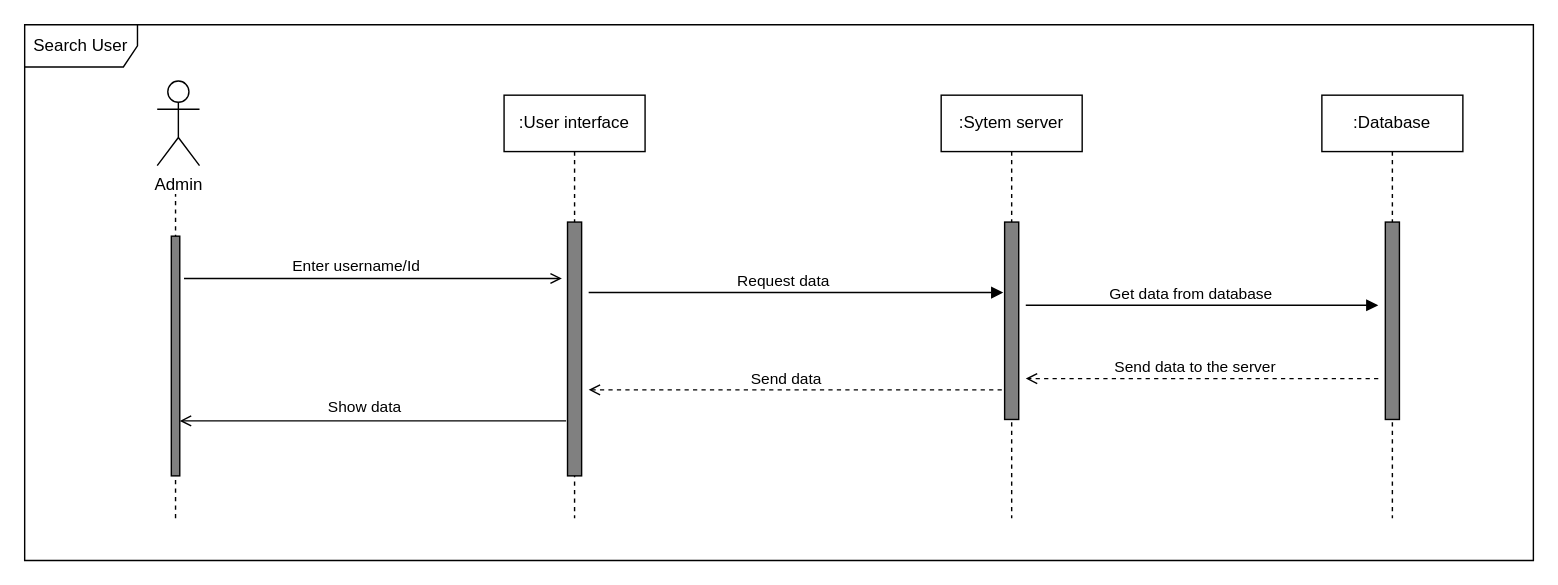
The draw.io diagram page "Page-8" (8 of 13) of Diagram/Sequence Diagram.drawio in AmilaDissanayake/Group_CS21, before the edit. Source tidied: cells renumbered, new cells numbered last; positions are measured from the earlier drawing's top-left corner, leaving out a move shared by most shapes. Both pictures are drawn from the tidied source at 141%, with x=0, y=0 at pixel (24, 24).
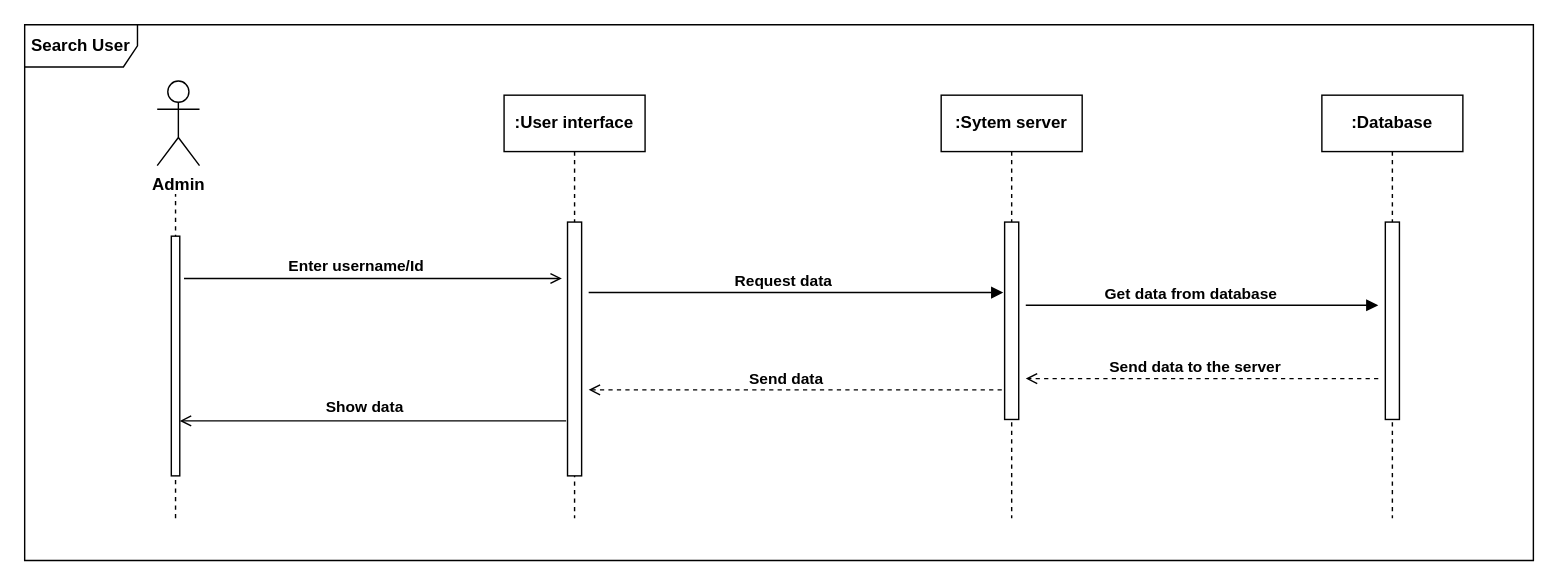
After the change.

Unchanged cells that the change refers to:
```xml
<mxCell id="9" style="html=1;verticalAlign=bottom;labelBackgroundColor=none;endArrow=open;endFill=0;" parent="1" edge="1">
  <mxGeometry relative="1" as="geometry">
    <mxPoint x="113" y="180" as="sourcePoint" />
    <mxPoint x="381" y="180" as="targetPoint" />
  </mxGeometry>
</mxCell>
<mxCell id="11" style="html=1;verticalAlign=bottom;labelBackgroundColor=none;endArrow=block;endFill=1;" parent="1" edge="1">
  <mxGeometry relative="1" as="geometry">
    <mxPoint x="400" y="190" as="sourcePoint" />
    <mxPoint x="694" y="190" as="targetPoint" />
  </mxGeometry>
</mxCell>
<mxCell id="13" style="html=1;verticalAlign=bottom;labelBackgroundColor=none;endArrow=open;endFill=0;dashed=1;" parent="1" edge="1">
  <mxGeometry relative="1" as="geometry">
    <mxPoint x="693" y="259" as="sourcePoint" />
    <mxPoint x="400" y="259" as="targetPoint" />
  </mxGeometry>
</mxCell>
<mxCell id="15" style="html=1;verticalAlign=bottom;labelBackgroundColor=none;endArrow=open;endFill=0;" parent="1" edge="1">
  <mxGeometry relative="1" as="geometry">
    <mxPoint x="384" y="281" as="sourcePoint" />
    <mxPoint x="110" y="281" as="targetPoint" />
  </mxGeometry>
</mxCell>
<mxCell id="19" style="html=1;verticalAlign=bottom;labelBackgroundColor=none;endArrow=block;endFill=1;" parent="1" edge="1">
  <mxGeometry relative="1" as="geometry">
    <mxPoint x="710" y="199" as="sourcePoint" />
    <mxPoint x="960" y="199" as="targetPoint" />
  </mxGeometry>
</mxCell>
<mxCell id="21" style="html=1;verticalAlign=bottom;labelBackgroundColor=none;endArrow=open;endFill=0;dashed=1;" parent="1" edge="1">
  <mxGeometry relative="1" as="geometry">
    <mxPoint x="960" y="251" as="sourcePoint" />
    <mxPoint x="710" y="251" as="targetPoint" />
  </mxGeometry>
</mxCell>
```

The edit, as a diff of the source:
```diff
@@
+    <mxCell id="23" value="&lt;b&gt;Search User&lt;/b&gt;" style="shape=umlFrame;whiteSpace=wrap;html=1;width=80;height=30;" parent="1" vertex="1">
+      <mxGeometry width="1070" height="380" as="geometry" />
+    </mxCell>
@@
-    <mxCell id="3" value="Admin" style="shape=umlActor;verticalLabelPosition=bottom;verticalAlign=top;html=1;" parent="1" vertex="1">
+    <mxCell id="3" value="&lt;b&gt;Admin&lt;/b&gt;" style="shape=umlActor;verticalLabelPosition=bottom;verticalAlign=top;html=1;" parent="1" vertex="1">
       <mxGeometry x="94" y="40" width="30" height="60" as="geometry" />
     </mxCell>
-    <mxCell id="4" style="html=1;perimeter=orthogonalPerimeter;fillColor=#808080;" parent="1" vertex="1">
+    <mxCell id="4" style="html=1;perimeter=orthogonalPerimeter;" parent="1" vertex="1">
       <mxGeometry x="104" y="150" width="6" height="170" as="geometry" />
     </mxCell>
-    <mxCell id="5" value=":User interface" style="shape=umlLifeline;perimeter=lifelinePerimeter;whiteSpace=wrap;html=1;" parent="1" vertex="1">
+    <mxCell id="5" value="&lt;b&gt;:User interface&lt;/b&gt;" style="shape=umlLifeline;perimeter=lifelinePerimeter;whiteSpace=wrap;html=1;" parent="1" vertex="1">
       <mxGeometry x="340" y="50" width="100" height="300" as="geometry" />
     </mxCell>
-    <mxCell id="6" style="html=1;perimeter=orthogonalPerimeter;fillColor=#808080;" parent="5" vertex="1">
+    <mxCell id="6" style="html=1;perimeter=orthogonalPerimeter;fillColor=#FFFFFF;" parent="5" vertex="1">
       <mxGeometry x="45" y="90" width="10" height="180" as="geometry" />
     </mxCell>
-    <mxCell id="7" value=":Sytem server" style="shape=umlLifeline;perimeter=lifelinePerimeter;whiteSpace=wrap;html=1;" parent="1" vertex="1">
+    <mxCell id="7" value="&lt;b&gt;:Sytem server&lt;/b&gt;" style="shape=umlLifeline;perimeter=lifelinePerimeter;whiteSpace=wrap;html=1;" parent="1" vertex="1">
       <mxGeometry x="650" y="50" width="100" height="300" as="geometry" />
     </mxCell>
-    <mxCell id="8" style="html=1;perimeter=orthogonalPerimeter;fillColor=#808080;" parent="7" vertex="1">
+    <mxCell id="8" style="html=1;perimeter=orthogonalPerimeter;fillColor=#FFFFFF;" parent="7" vertex="1">
       <mxGeometry x="45" y="90" width="10" height="140" as="geometry" />
     </mxCell>
@@
-    <mxCell id="10" value="Enter username/Id" style="edgeLabel;html=1;align=center;verticalAlign=middle;" parent="9" vertex="1">
+    <mxCell id="10" value="&lt;b&gt;Enter username/Id&lt;/b&gt;" style="edgeLabel;html=1;align=center;verticalAlign=middle;" parent="9" vertex="1">
       <mxGeometry x="-0.1" y="3" relative="1" as="geometry">
         <mxPoint y="-7" as="offset" />
       </mxGeometry>
     </mxCell>
@@
-    <mxCell id="12" value="Request data" style="edgeLabel;html=1;align=center;verticalAlign=middle;" parent="11" vertex="1">
+    <mxCell id="12" value="&lt;b&gt;Request data&lt;/b&gt;" style="edgeLabel;html=1;align=center;verticalAlign=middle;" parent="11" vertex="1">
       <mxGeometry x="-0.07" y="5" relative="1" as="geometry">
         <mxPoint y="-4" as="offset" />
       </mxGeometry>
     </mxCell>
@@
-    <mxCell id="14" value="Send data" style="edgeLabel;html=1;align=center;verticalAlign=middle;" parent="13" vertex="1">
+    <mxCell id="14" value="&lt;b&gt;Send data&lt;/b&gt;" style="edgeLabel;html=1;align=center;verticalAlign=middle;" parent="13" vertex="1">
       <mxGeometry x="0.07" y="-2" relative="1" as="geometry">
         <mxPoint x="3" y="-7" as="offset" />
       </mxGeometry>
     </mxCell>
@@
-    <mxCell id="16" value="Show data" style="edgeLabel;html=1;align=center;verticalAlign=middle;" parent="15" vertex="1">
+    <mxCell id="16" value="&lt;b&gt;Show data&lt;/b&gt;" style="edgeLabel;html=1;align=center;verticalAlign=middle;" parent="15" vertex="1">
       <mxGeometry x="-0.1" y="3" relative="1" as="geometry">
         <mxPoint x="-21" y="-14" as="offset" />
       </mxGeometry>
     </mxCell>
-    <mxCell id="17" value=":Database" style="shape=umlLifeline;perimeter=lifelinePerimeter;whiteSpace=wrap;html=1;" parent="1" vertex="1">
+    <mxCell id="17" value="&lt;b&gt;:Database&lt;/b&gt;" style="shape=umlLifeline;perimeter=lifelinePerimeter;whiteSpace=wrap;html=1;" parent="1" vertex="1">
       <mxGeometry x="920" y="50" width="100" height="300" as="geometry" />
     </mxCell>
-    <mxCell id="18" style="html=1;perimeter=orthogonalPerimeter;fillColor=#808080;" parent="17" vertex="1">
+    <mxCell id="18" style="html=1;perimeter=orthogonalPerimeter;fillColor=#FFFFFF;" parent="17" vertex="1">
       <mxGeometry x="45" y="90" width="10" height="140" as="geometry" />
     </mxCell>
@@
-    <mxCell id="20" value="Get data from database" style="edgeLabel;html=1;align=center;verticalAlign=middle;" parent="19" vertex="1">
+    <mxCell id="20" value="&lt;b&gt;Get data from database&lt;/b&gt;" style="edgeLabel;html=1;align=center;verticalAlign=middle;" parent="19" vertex="1">
       <mxGeometry x="-0.07" y="5" relative="1" as="geometry">
         <mxPoint y="-4" as="offset" />
       </mxGeometry>
     </mxCell>
@@
-    <mxCell id="22" value="Send data to the server" style="edgeLabel;html=1;align=center;verticalAlign=middle;" parent="21" vertex="1">
+    <mxCell id="22" value="&lt;b&gt;Send data to the server&lt;/b&gt;" style="edgeLabel;html=1;align=center;verticalAlign=middle;" parent="21" vertex="1">
       <mxGeometry x="0.07" y="-2" relative="1" as="geometry">
         <mxPoint x="3" y="-7" as="offset" />
       </mxGeometry>
     </mxCell>
-    <mxCell id="23" value="Search User" style="shape=umlFrame;whiteSpace=wrap;html=1;width=80;height=30;" parent="1" vertex="1">
-      <mxGeometry width="1070" height="380" as="geometry" />
-    </mxCell>
```
